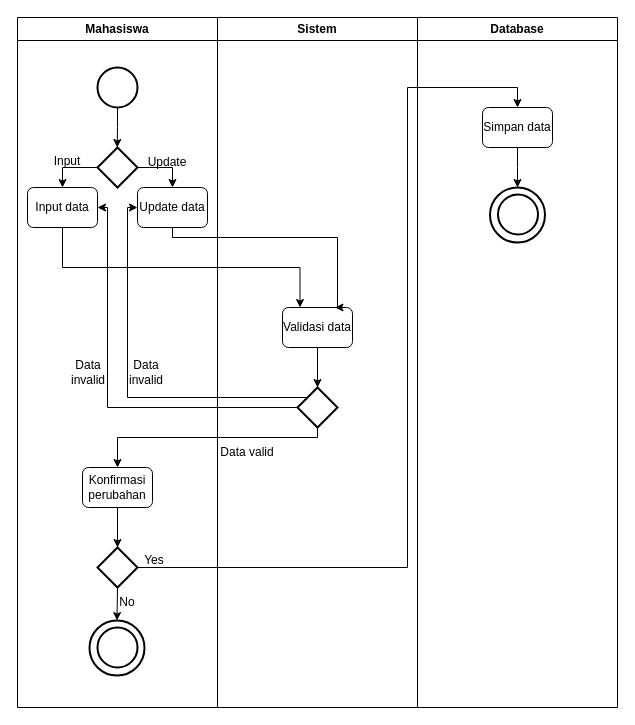
yogadwipayana/ERD keeps this draw.io diagram as Activity Diagram Kelola Data Mahasiswa.drawio. Above is the earlier version. Source tidied: cells renumbered, new cells numbered last; positions are measured from the earlier drawing's top-left corner, leaving out a move shared by most shapes. Both pictures are drawn from the tidied source at 100%, with x=0, y=0 at pixel (17, 17).
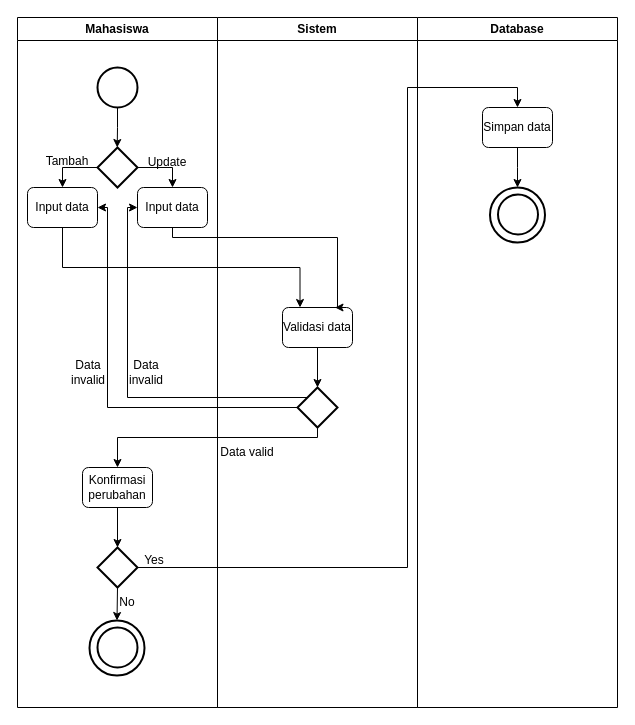
After the change.

Unchanged cells that the change refers to:
```xml
<mxCell id="2" value="Mahasiswa" style="swimlane;whiteSpace=wrap;html=1;" parent="1" vertex="1">
  <mxGeometry width="200" height="690" as="geometry" />
</mxCell>
```

The edit, as a diff of the source:
```diff
@@
-    <mxCell id="10" value="Update data" style="rounded=1;whiteSpace=wrap;html=1;" parent="2" vertex="1">
+    <mxCell id="10" value="Input data" style="rounded=1;whiteSpace=wrap;html=1;" parent="2" vertex="1">
       <mxGeometry x="120" y="170" width="70" height="40" as="geometry" />
     </mxCell>
@@
-    <mxCell id="12" value="Input" style="text;html=1;whiteSpace=wrap;strokeColor=none;fillColor=none;align=center;verticalAlign=middle;rounded=0;" parent="2" vertex="1">
+    <mxCell id="12" value="Tambah" style="text;html=1;whiteSpace=wrap;strokeColor=none;fillColor=none;align=center;verticalAlign=middle;rounded=0;" parent="2" vertex="1">
       <mxGeometry x="20" y="129" width="60" height="30" as="geometry" />
     </mxCell>
```
